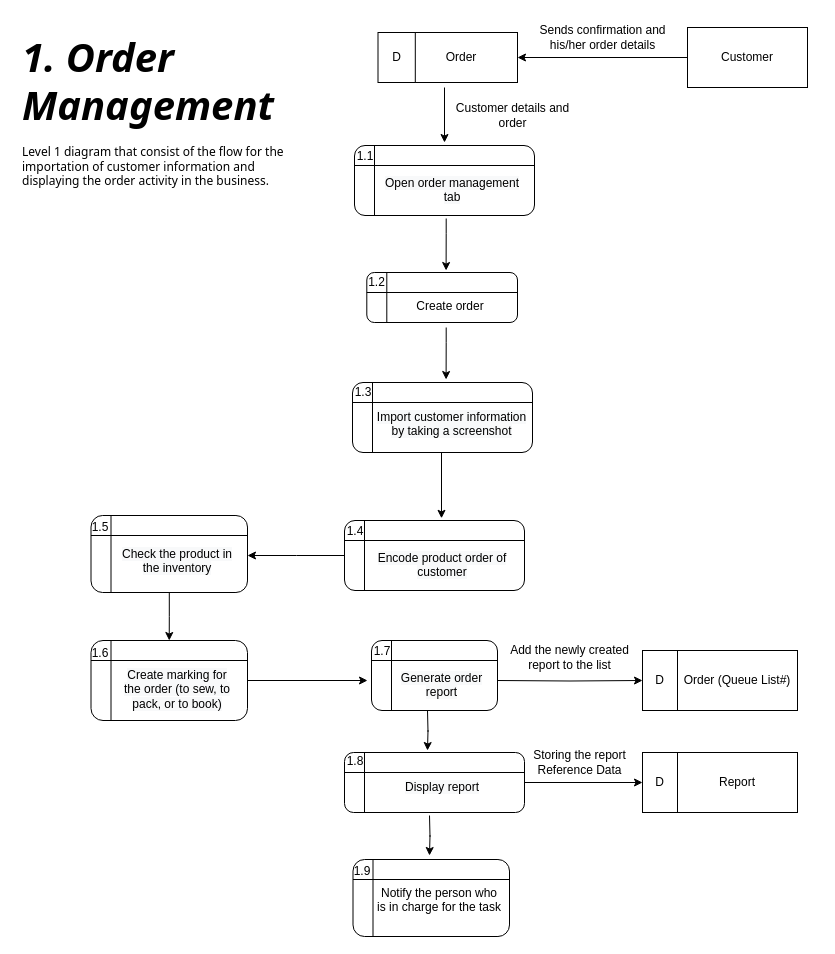
This is page "Revision Level 2 DFD (Order Queue List)" (3 of 6) of DFD DIAGRAMS.drawio from BryanFabellore/Team_SPOTLIGHT, a draw.io file, before an edit. Source tidied: cells renumbered, new cells numbered last; positions are measured from the earlier drawing's top-left corner, leaving out a move shared by most shapes. Both pictures are drawn from the tidied source at 100%, with x=0, y=0 at pixel (17, 17).
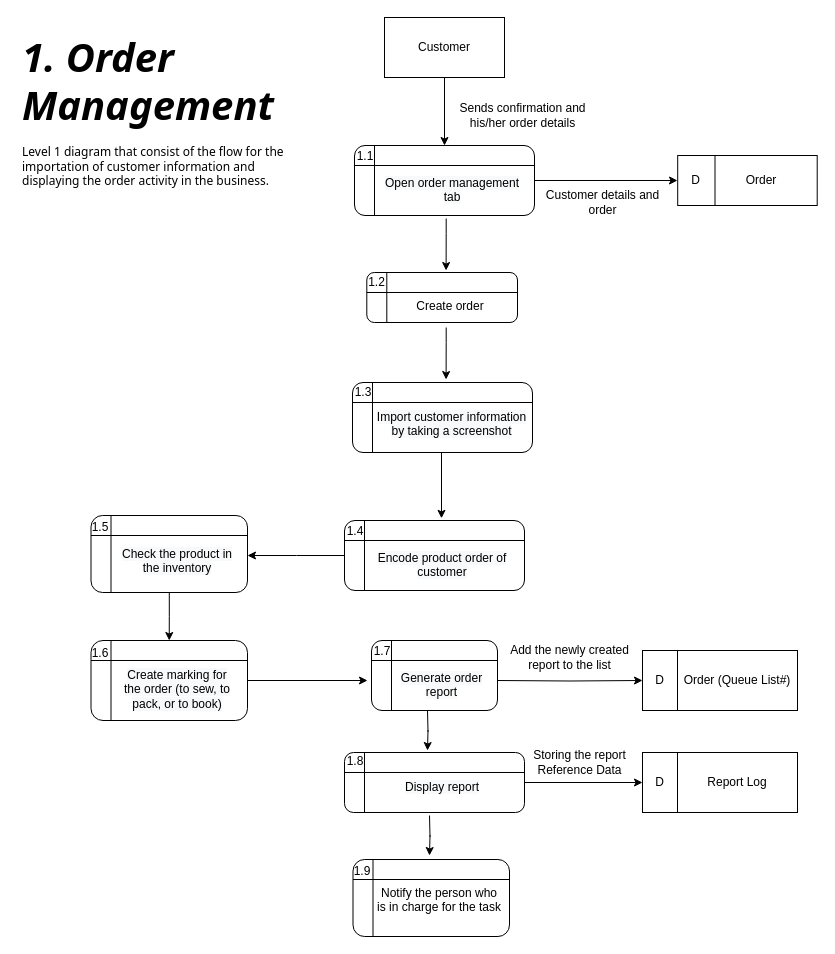
Above is the later version.

The change refers to these unchanged cells:
```xml
<mxCell id="10" style="shape=internalStorage;whiteSpace=wrap;html=1;backgroundOutline=1;rounded=1;strokeColor=default;fontFamily=Helvetica;fontSize=12;fontColor=default;fillColor=#FFFFFF;" parent="9" vertex="1">
  <mxGeometry x="4" width="180" height="70" as="geometry" />
</mxCell>
```

Diff of the diagram source:
```diff
@@
-    <mxCell id="2" style="edgeStyle=orthogonalEdgeStyle;rounded=0;orthogonalLoop=1;jettySize=auto;html=1;exitX=0.5;exitY=1;exitDx=0;exitDy=0;" parent="1" edge="1">
-      <mxGeometry relative="1" as="geometry">
-        <mxPoint x="427" y="70" as="sourcePoint" />
-        <mxPoint x="427" y="125" as="targetPoint" />
-      </mxGeometry>
-    </mxCell>
@@
-    <mxCell id="28" style="edgeStyle=orthogonalEdgeStyle;rounded=0;jettySize=auto;html=1;" parent="1" edge="1" source="29">
-      <mxGeometry relative="1" as="geometry">
-        <mxPoint x="500" y="40" as="targetPoint" />
-      </mxGeometry>
-    </mxCell>
+    <mxCell id="62" style="edgeStyle=orthogonalEdgeStyle;rounded=0;jettySize=auto;html=1;entryX=0.5;entryY=0;entryDx=0;entryDy=0;" parent="1" edge="1" source="29" target="10">
+      <mxGeometry relative="1" as="geometry" />
+    </mxCell>
     <mxCell id="29" value="Customer" style="rounded=0;whiteSpace=wrap;html=1;strokeColor=default;fontFamily=Helvetica;fontSize=12;fontColor=default;fillColor=#FFFFFF;" parent="1" vertex="1">
-      <mxGeometry x="670" y="10" width="120" height="60" as="geometry" />
+      <mxGeometry x="367" width="120" height="60" as="geometry" />
     </mxCell>
     <mxCell id="30" value="Sends confirmation and&lt;br&gt;his/her order details" style="text;html=1;align=center;verticalAlign=middle;strokeColor=none;fillColor=none;" parent="1" vertex="1">
-      <mxGeometry x="510" width="150" height="40" as="geometry" />
+      <mxGeometry x="430" y="77.5" width="150" height="40" as="geometry" />
     </mxCell>
     <mxCell id="31" value="Customer details and &lt;br&gt;order" style="text;html=1;align=center;verticalAlign=middle;strokeColor=none;fillColor=none;" parent="1" vertex="1">
-      <mxGeometry x="425" y="77.5" width="140" height="40" as="geometry" />
+      <mxGeometry x="515" y="165" width="140" height="40" as="geometry" />
     </mxCell>
     <mxCell id="32" style="group;" parent="1" vertex="1">
-      <mxGeometry x="360.5" y="15" width="139.5" height="50" as="geometry" />
+      <mxGeometry x="660.2" y="138" width="139.5" height="50" as="geometry" />
     </mxCell>
@@
-    <mxCell id="59" value="Report" style="rounded=0;whiteSpace=wrap;html=1;strokeColor=default;fontFamily=Helvetica;fontSize=12;fontColor=default;fillColor=#FFFFFF;" parent="1" vertex="1">
+    <mxCell id="59" value="Report Log" style="rounded=0;whiteSpace=wrap;html=1;strokeColor=default;fontFamily=Helvetica;fontSize=12;fontColor=default;fillColor=#FFFFFF;" parent="1" vertex="1">
       <mxGeometry x="660" y="735" width="120" height="60" as="geometry" />
     </mxCell>
@@
+    <mxCell id="63" style="edgeStyle=orthogonalEdgeStyle;rounded=0;jettySize=auto;html=1;" parent="1" edge="1" source="10">
+      <mxGeometry relative="1" as="geometry">
+        <mxPoint x="660" y="163" as="targetPoint" />
+      </mxGeometry>
+    </mxCell>
```
